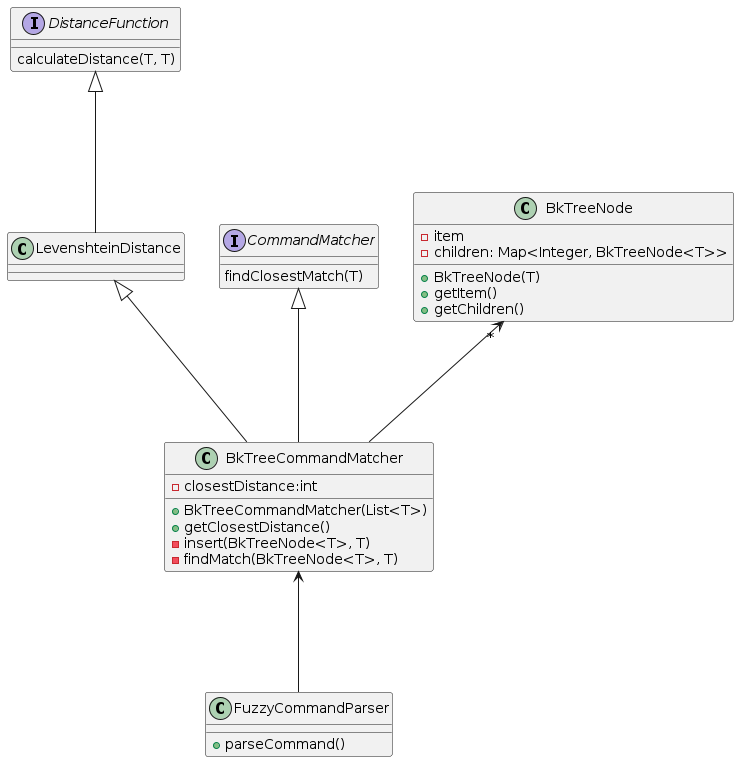
This is diagrams/FuzzyInputClassDiagram.png from smolegz/tp, a PlantUML export, as it was before one commit. Its source is kept beside it as diagrams/FuzzyInputClassDiagram.puml. The source it was exported from:
```plantuml
@startuml

interface DistanceFunction {
  calculateDistance(T, T)
}

interface CommandMatcher {
  findClosestMatch(T)
}

class FuzzyCommandParser {
  +parseCommand()
}

class BkTreeCommandMatcher {
  -closestDistance:int
  +BkTreeCommandMatcher(List<T>)
  +getClosestDistance()
  -insert(BkTreeNode<T>, T)
  -findMatch(BkTreeNode<T>, T)
}

class LevenshteinDistance {

}

class BkTreeNode {
  -item
  -children: Map<Integer, BkTreeNode<T>>
  +BkTreeNode(T)
  +getItem()
  +getChildren()
}

CommandMatcher <|--- BkTreeCommandMatcher

BkTreeNode "*" <--- BkTreeCommandMatcher

BkTreeCommandMatcher <--- FuzzyCommandParser

DistanceFunction <|--- LevenshteinDistance

LevenshteinDistance <|--- BkTreeCommandMatcher
@enduml
```
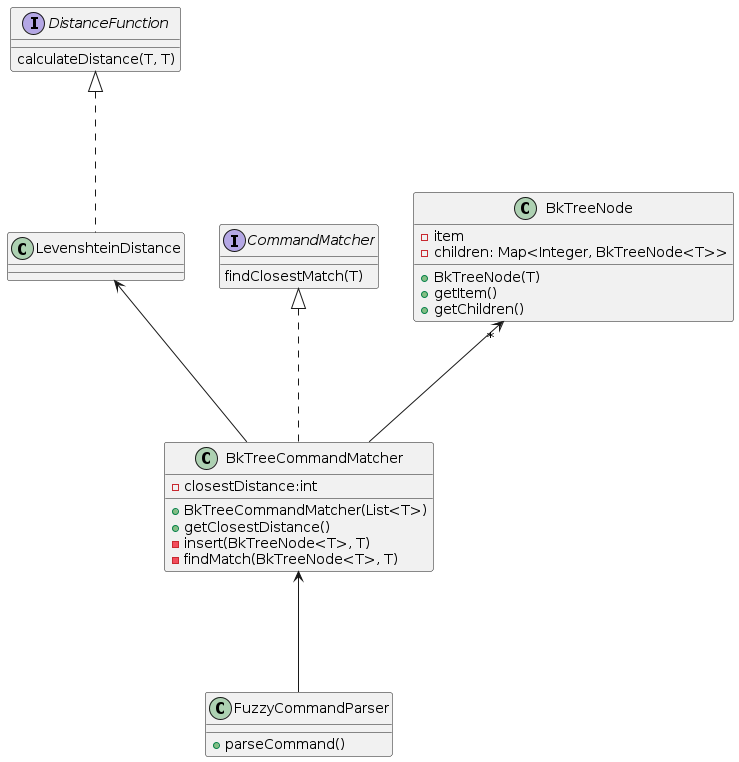
Later version of the same file.

Diff of the diagram source:
```diff
@@ -32,13 +32,13 @@
   +getChildren()
 }
 
-CommandMatcher <|--- BkTreeCommandMatcher
+CommandMatcher <|... BkTreeCommandMatcher
 
 BkTreeNode "*" <--- BkTreeCommandMatcher
 
 BkTreeCommandMatcher <--- FuzzyCommandParser
 
-DistanceFunction <|--- LevenshteinDistance
+DistanceFunction <|... LevenshteinDistance
 
-LevenshteinDistance <|--- BkTreeCommandMatcher
+LevenshteinDistance <--- BkTreeCommandMatcher
 @enduml
```
